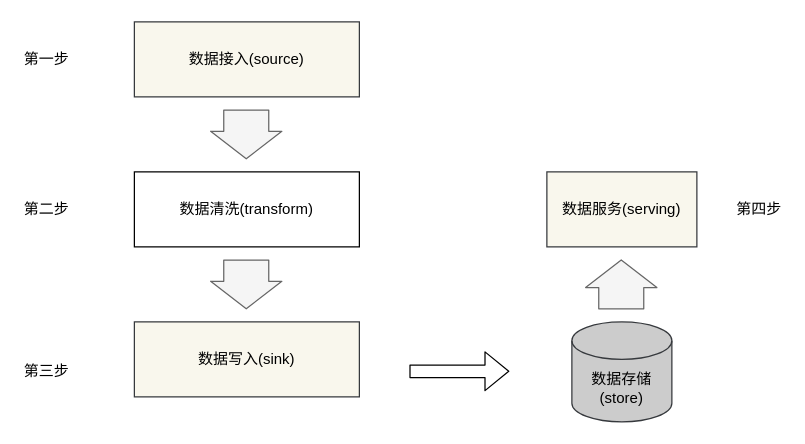
This is data_flow.drawio from learn2Pro/draw_io_save, a draw.io file, before an edit. Source tidied: cells renumbered, new cells numbered last; positions are measured from the earlier drawing's top-left corner, leaving out a move shared by most shapes. Both pictures are drawn from the tidied source at 125%, with x=0, y=0 at pixel (21, 21).
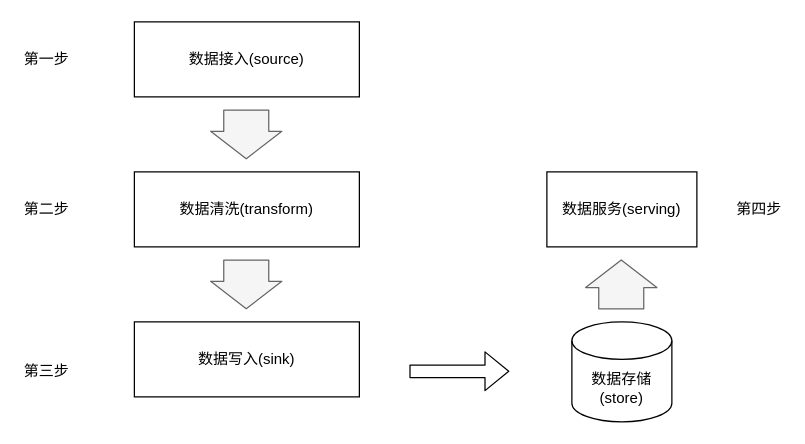
After the change.

Diff of the diagram source:
```diff
@@
 <mxGraphModel>
   <root>
     <mxCell id="0" />
     <mxCell id="1" parent="0" />
-    <mxCell id="2" value="数据接入(source)" style="rounded=0;whiteSpace=wrap;html=1;fillColor=#f9f7ed;strokeColor=#36393d;" parent="1" vertex="1">
+    <mxCell id="2" value="数据接入(source)" style="rounded=0;whiteSpace=wrap;html=1;" parent="1" vertex="1">
       <mxGeometry x="90" width="180" height="60" as="geometry" />
     </mxCell>
     <mxCell id="3" value="第一步" style="text;html=1;strokeColor=none;fillColor=none;align=center;verticalAlign=middle;whiteSpace=wrap;rounded=0;" parent="1" vertex="1">
       <mxGeometry y="20" width="40" height="20" as="geometry" />
     </mxCell>
     <mxCell id="4" value="数据清洗(transform)" style="rounded=0;whiteSpace=wrap;html=1;" parent="1" vertex="1">
       <mxGeometry x="90" y="120" width="180" height="60" as="geometry" />
     </mxCell>
     <mxCell id="5" value="第二步" style="text;html=1;strokeColor=none;fillColor=none;align=center;verticalAlign=middle;whiteSpace=wrap;rounded=0;" parent="1" vertex="1">
       <mxGeometry y="140" width="40" height="20" as="geometry" />
     </mxCell>
-    <mxCell id="6" value="数据写入(sink)" style="rounded=0;whiteSpace=wrap;html=1;fillColor=#f9f7ed;strokeColor=#36393d;" parent="1" vertex="1">
+    <mxCell id="6" value="数据写入(sink)" style="rounded=0;whiteSpace=wrap;html=1;" parent="1" vertex="1">
       <mxGeometry x="90" y="240" width="180" height="60" as="geometry" />
     </mxCell>
     <mxCell id="7" value="第三步" style="text;html=1;strokeColor=none;fillColor=none;align=center;verticalAlign=middle;whiteSpace=wrap;rounded=0;" parent="1" vertex="1">
       <mxGeometry y="270" width="40" height="20" as="geometry" />
     </mxCell>
     <mxCell id="8" style="shape=flexArrow;endArrow=classic;html=1;" parent="1" edge="1">
       <mxGeometry relative="1" as="geometry">
         <mxPoint x="310" y="279.5" as="sourcePoint" />
         <mxPoint x="390" y="279.5" as="targetPoint" />
       </mxGeometry>
     </mxCell>
-    <mxCell id="9" value="数据存储(store)" style="shape=cylinder3;whiteSpace=wrap;html=1;boundedLbl=1;backgroundOutline=1;size=15;strokeColor=#36393d;fillColor=#CCCCCC;" parent="1" vertex="1">
+    <mxCell id="9" value="数据存储(store)" style="shape=cylinder3;whiteSpace=wrap;html=1;boundedLbl=1;backgroundOutline=1;size=15;" parent="1" vertex="1">
       <mxGeometry x="440" y="240" width="80" height="80" as="geometry" />
     </mxCell>
-    <mxCell id="10" value="数据服务(serving)" style="rounded=0;whiteSpace=wrap;html=1;fillColor=#f9f7ed;strokeColor=#36393d;" parent="1" vertex="1">
+    <mxCell id="10" value="数据服务(serving)" style="rounded=0;whiteSpace=wrap;html=1;" parent="1" vertex="1">
       <mxGeometry x="420" y="120" width="120" height="60" as="geometry" />
     </mxCell>
     <mxCell id="11" style="shape=flexArrow;endArrow=classic;html=1;width=36;endSize=7;fillColor=#f5f5f5;strokeColor=#666666;" parent="1" edge="1">
       <mxGeometry relative="1" as="geometry">
         <mxPoint x="179.5" y="70" as="sourcePoint" />
         <mxPoint x="179.5" y="110" as="targetPoint" />
       </mxGeometry>
     </mxCell>
     <mxCell id="12" style="shape=flexArrow;endArrow=classic;html=1;width=36;endSize=7;fillColor=#f5f5f5;strokeColor=#666666;" parent="1" edge="1">
       <mxGeometry relative="1" as="geometry">
         <mxPoint x="179.5" y="190" as="sourcePoint" />
         <mxPoint x="179.5" y="230" as="targetPoint" />
       </mxGeometry>
     </mxCell>
     <mxCell id="13" style="shape=flexArrow;endArrow=classic;html=1;width=36;endSize=7;fillColor=#f5f5f5;strokeColor=#666666;" parent="1" edge="1">
       <mxGeometry relative="1" as="geometry">
         <mxPoint x="479.5" y="230" as="sourcePoint" />
         <mxPoint x="479.5" y="190" as="targetPoint" />
       </mxGeometry>
     </mxCell>
     <mxCell id="14" value="第四步" style="text;html=1;strokeColor=none;fillColor=none;align=center;verticalAlign=middle;whiteSpace=wrap;rounded=0;" parent="1" vertex="1">
       <mxGeometry x="570" y="140" width="40" height="20" as="geometry" />
     </mxCell>
   </root>
 </mxGraphModel>
```
